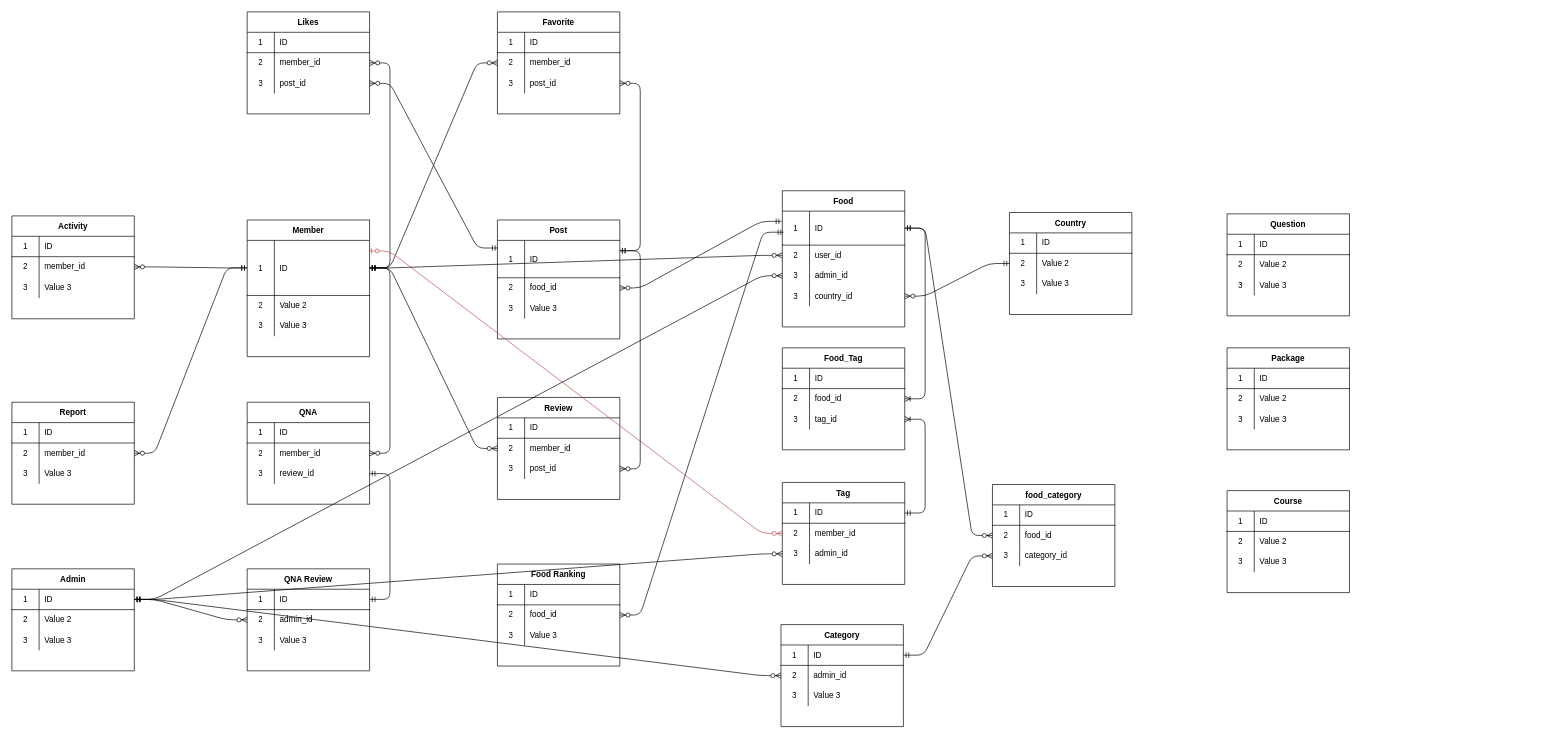
Above: Untitled Diagram.drawio in donghyeon0725/whatShouldIEatToday (draw.io), before the change. Source tidied: cells renumbered, new cells numbered last; positions are measured from the earlier drawing's top-left corner, leaving out a move shared by most shapes. Both pictures are drawn from the tidied source at 68%, with x=0, y=0 at pixel (12, 12).
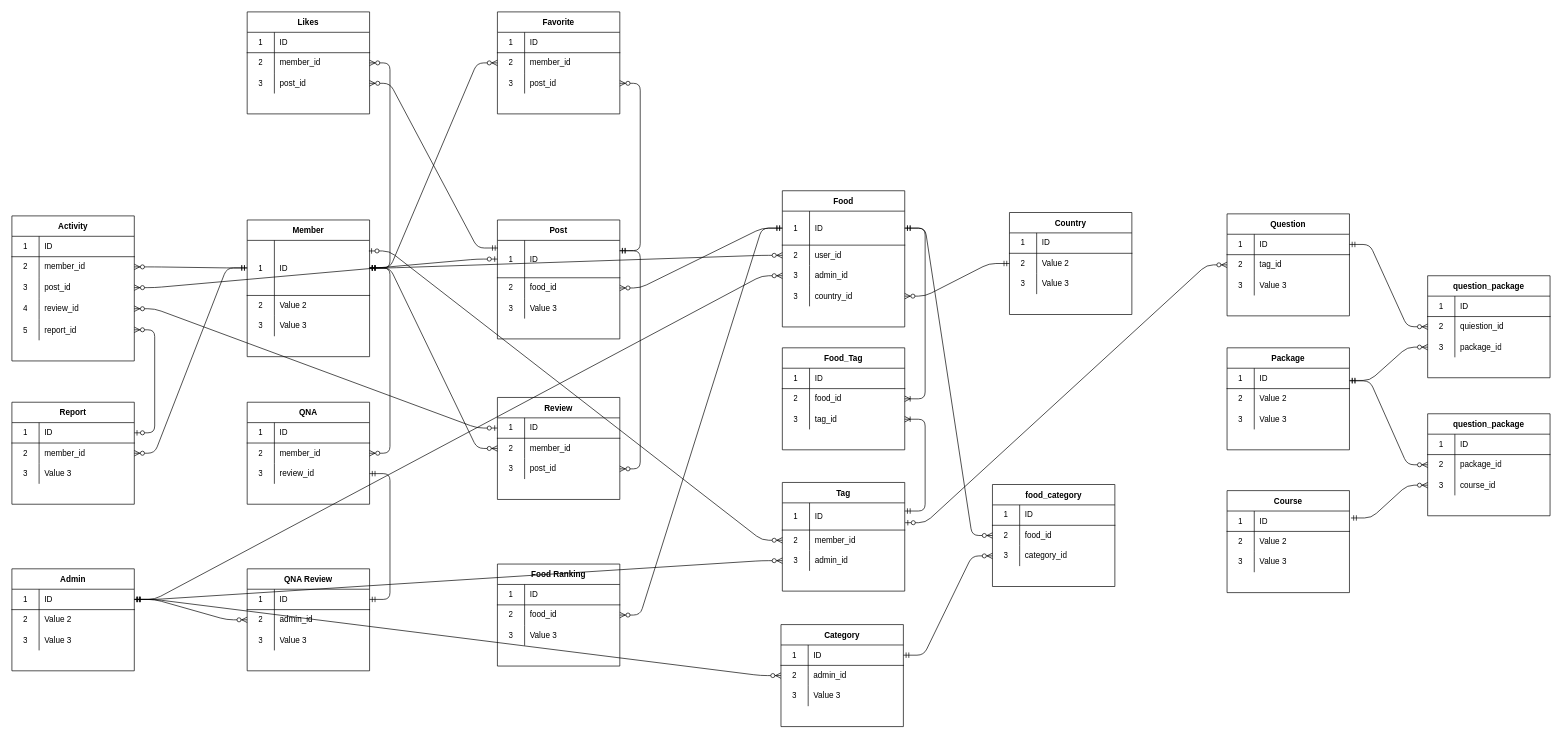
After the change.

The change refers to these unchanged cells:
```xml
<mxCell id="3" style="shape=partialRectangle;html=1;whiteSpace=wrap;fillColor=none;top=0;left=0;bottom=1;right=0;points=[[0,0.5],[1,0.5]];portConstraint=eastwest;" parent="2" vertex="1">
  <mxGeometry y="30" width="180" height="81" as="geometry" />
</mxCell>
<mxCell id="23" style="shape=partialRectangle;html=1;whiteSpace=wrap;fillColor=none;top=0;left=0;bottom=1;right=0;points=[[0,0.5],[1,0.5]];portConstraint=eastwest;" parent="22" vertex="1">
  <mxGeometry y="30" width="180" height="30" as="geometry" />
</mxCell>
<mxCell id="36" style="shape=partialRectangle;html=1;whiteSpace=wrap;fillColor=none;top=0;left=0;bottom=0;right=0;points=[[0,0.5],[1,0.5]];portConstraint=eastwest;" parent="32" vertex="1">
  <mxGeometry y="60" width="180" height="30" as="geometry" />
</mxCell>
<mxCell id="53" style="shape=partialRectangle;html=1;whiteSpace=wrap;fillColor=none;top=0;left=0;bottom=1;right=0;points=[[0,0.5],[1,0.5]];portConstraint=eastwest;" parent="52" vertex="1">
  <mxGeometry y="30" width="180" height="30" as="geometry" />
</mxCell>
<mxCell id="113" style="shape=partialRectangle;html=1;whiteSpace=wrap;fillColor=none;top=0;left=0;bottom=1;right=0;points=[[0,0.5],[1,0.5]];portConstraint=eastwest;" parent="112" vertex="1">
  <mxGeometry y="30" width="180" height="55" as="geometry" />
</mxCell>
<mxCell id="116" style="shape=partialRectangle;html=1;whiteSpace=wrap;fillColor=none;top=0;left=0;bottom=0;right=0;points=[[0,0.5],[1,0.5]];portConstraint=eastwest;" parent="112" vertex="1">
  <mxGeometry y="85" width="180" height="30" as="geometry" />
</mxCell>
<mxCell id="126" style="shape=partialRectangle;html=1;whiteSpace=wrap;fillColor=none;top=0;left=0;bottom=0;right=0;points=[[0,0.5],[1,0.5]];portConstraint=eastwest;" parent="122" vertex="1">
  <mxGeometry y="60" width="180" height="30" as="geometry" />
</mxCell>
<mxCell id="136" style="shape=partialRectangle;html=1;whiteSpace=wrap;fillColor=none;top=0;left=0;bottom=0;right=0;points=[[0,0.5],[1,0.5]];portConstraint=eastwest;" parent="132" vertex="1">
  <mxGeometry y="60" width="180" height="30" as="geometry" />
</mxCell>
<mxCell id="143" style="shape=partialRectangle;html=1;whiteSpace=wrap;fillColor=none;top=0;left=0;bottom=1;right=0;points=[[0,0.5],[1,0.5]];portConstraint=eastwest;" parent="142" vertex="1">
  <mxGeometry y="30" width="180" height="50" as="geometry" />
</mxCell>
<mxCell id="178" style="shape=partialRectangle;html=1;whiteSpace=wrap;fillColor=none;top=0;left=0;bottom=0;right=0;points=[[0,0.5],[1,0.5]];portConstraint=eastwest;" parent="171" vertex="1">
  <mxGeometry y="90" width="180" height="30" as="geometry" />
</mxCell>
<mxCell id="199" style="shape=partialRectangle;html=1;whiteSpace=wrap;fillColor=none;top=0;left=0;bottom=1;right=0;points=[[0,0.5],[1,0.5]];portConstraint=eastwest;" parent="198" vertex="1">
  <mxGeometry y="30" width="180" height="30" as="geometry" />
</mxCell>
<mxCell id="202" style="shape=partialRectangle;html=1;whiteSpace=wrap;fillColor=none;top=0;left=0;bottom=0;right=0;points=[[0,0.5],[1,0.5]];portConstraint=eastwest;" parent="198" vertex="1">
  <mxGeometry y="60" width="180" height="30" as="geometry" />
</mxCell>
<mxCell id="209" style="shape=partialRectangle;html=1;whiteSpace=wrap;fillColor=none;top=0;left=0;bottom=1;right=0;points=[[0,0.5],[1,0.5]];portConstraint=eastwest;" parent="208" vertex="1">
  <mxGeometry y="30" width="180" height="30" as="geometry" />
</mxCell>
<mxCell id="219" style="shape=partialRectangle;html=1;whiteSpace=wrap;fillColor=none;top=0;left=0;bottom=1;right=0;points=[[0,0.5],[1,0.5]];portConstraint=eastwest;" parent="218" vertex="1">
  <mxGeometry y="30" width="180" height="30" as="geometry" />
</mxCell>
```

Change to the diagram source:
```diff
@@
     <mxCell id="82" value="Tag" style="shape=table;startSize=30;childLayout=tableLayout;rowLines=0;fontStyle=1;align=center;" parent="1" vertex="1">
-      <mxGeometry x="1133" y="692" width="180" height="150" as="geometry" />
+      <mxGeometry x="1133" y="692" width="180" height="159.8" as="geometry" />
     </mxCell>
     <mxCell id="83" style="shape=partialRectangle;html=1;whiteSpace=wrap;fillColor=none;top=0;left=0;bottom=1;right=0;points=[[0,0.5],[1,0.5]];portConstraint=eastwest;" parent="82" vertex="1">
-      <mxGeometry y="30" width="180" height="30" as="geometry" />
+      <mxGeometry y="30" width="180" height="40" as="geometry" />
     </mxCell>
     <mxCell id="84" value="1" style="shape=partialRectangle;html=1;whiteSpace=wrap;fillColor=none;top=0;left=0;bottom=0;right=0;overflow=hidden;" parent="83" vertex="1">
-      <mxGeometry width="40" height="30" as="geometry" />
+      <mxGeometry width="40" height="40" as="geometry" />
     </mxCell>
     <mxCell id="85" value="ID" style="shape=partialRectangle;html=1;whiteSpace=wrap;fillColor=none;top=0;left=0;bottom=0;right=0;align=left;spacingLeft=6;overflow=hidden;" parent="83" vertex="1">
-      <mxGeometry x="40" width="140" height="30" as="geometry" />
+      <mxGeometry x="40" width="140" height="40" as="geometry" />
     </mxCell>
     <mxCell id="86" style="shape=partialRectangle;html=1;whiteSpace=wrap;fillColor=none;top=0;left=0;bottom=0;right=0;points=[[0,0.5],[1,0.5]];portConstraint=eastwest;" parent="82" vertex="1">
-      <mxGeometry y="60" width="180" height="30" as="geometry" />
+      <mxGeometry y="70" width="180" height="30" as="geometry" />
     </mxCell>
@@
     <mxCell id="89" style="shape=partialRectangle;html=1;whiteSpace=wrap;fillColor=none;top=0;left=0;bottom=0;right=0;points=[[0,0.5],[1,0.5]];portConstraint=eastwest;" parent="82" vertex="1">
-      <mxGeometry y="90" width="180" height="30" as="geometry" />
+      <mxGeometry y="100" width="180" height="30" as="geometry" />
     </mxCell>
@@
     <mxCell id="132" value="Activity" style="shape=table;startSize=30;childLayout=tableLayout;rowLines=0;fontStyle=1;align=center;" parent="1" vertex="1">
-      <mxGeometry y="300" width="180" height="151.3" as="geometry" />
+      <mxGeometry y="300" width="180" height="213.3" as="geometry" />
     </mxCell>
@@
+    <mxCell id="228" style="shape=partialRectangle;html=1;whiteSpace=wrap;fillColor=none;top=0;left=0;bottom=0;right=0;points=[[0,0.5],[1,0.5]];portConstraint=eastwest;" parent="132" vertex="1">
+      <mxGeometry y="90" width="180" height="31" as="geometry" />
+    </mxCell>
+    <mxCell id="229" value="3" style="shape=partialRectangle;html=1;whiteSpace=wrap;fillColor=none;top=0;left=0;bottom=0;right=0;overflow=hidden;" parent="228" vertex="1">
+      <mxGeometry width="40" height="31" as="geometry" />
+    </mxCell>
+    <mxCell id="230" value="post_id" style="shape=partialRectangle;html=1;whiteSpace=wrap;fillColor=none;top=0;left=0;bottom=0;right=0;align=left;spacingLeft=6;overflow=hidden;" parent="228" vertex="1">
+      <mxGeometry x="40" width="140" height="31" as="geometry" />
+    </mxCell>
     <mxCell id="139" style="shape=partialRectangle;html=1;whiteSpace=wrap;fillColor=none;top=0;left=0;bottom=0;right=0;points=[[0,0.5],[1,0.5]];portConstraint=eastwest;" parent="132" vertex="1">
-      <mxGeometry y="90" width="180" height="31" as="geometry" />
+      <mxGeometry y="121" width="180" height="31" as="geometry" />
     </mxCell>
-    <mxCell id="140" value="3" style="shape=partialRectangle;html=1;whiteSpace=wrap;fillColor=none;top=0;left=0;bottom=0;right=0;overflow=hidden;" parent="139" vertex="1">
+    <mxCell id="140" value="4" style="shape=partialRectangle;html=1;whiteSpace=wrap;fillColor=none;top=0;left=0;bottom=0;right=0;overflow=hidden;" parent="139" vertex="1">
       <mxGeometry width="40" height="31" as="geometry" />
     </mxCell>
-    <mxCell id="141" value="Value 3" style="shape=partialRectangle;html=1;whiteSpace=wrap;fillColor=none;top=0;left=0;bottom=0;right=0;align=left;spacingLeft=6;overflow=hidden;" parent="139" vertex="1">
+    <mxCell id="141" value="review_id" style="shape=partialRectangle;html=1;whiteSpace=wrap;fillColor=none;top=0;left=0;bottom=0;right=0;align=left;spacingLeft=6;overflow=hidden;" parent="139" vertex="1">
       <mxGeometry x="40" width="140" height="31" as="geometry" />
     </mxCell>
+    <mxCell id="231" style="shape=partialRectangle;html=1;whiteSpace=wrap;fillColor=none;top=0;left=0;bottom=0;right=0;points=[[0,0.5],[1,0.5]];portConstraint=eastwest;" parent="132" vertex="1">
+      <mxGeometry y="152" width="180" height="31" as="geometry" />
+    </mxCell>
+    <mxCell id="232" value="5" style="shape=partialRectangle;html=1;whiteSpace=wrap;fillColor=none;top=0;left=0;bottom=0;right=0;overflow=hidden;" parent="231" vertex="1">
+      <mxGeometry width="40" height="31" as="geometry" />
+    </mxCell>
+    <mxCell id="233" value="report_id" style="shape=partialRectangle;html=1;whiteSpace=wrap;fillColor=none;top=0;left=0;bottom=0;right=0;align=left;spacingLeft=6;overflow=hidden;" parent="231" vertex="1">
+      <mxGeometry x="40" width="140" height="31" as="geometry" />
+    </mxCell>
@@
-    <mxCell id="156" style="edgeStyle=entityRelationEdgeStyle;fontSize=12;html=1;endArrow=ERzeroToMany;startArrow=ERmandOne;exitX=0;exitY=0.5;exitDx=0;exitDy=0;" parent="1" edge="1" source="3" target="136">
+    <mxCell id="156" style="edgeStyle=entityRelationEdgeStyle;fontSize=12;html=1;endArrow=ERzeroToMany;startArrow=ERmandOne;" parent="1" edge="1" source="3" target="136">
       <mxGeometry relative="1" as="geometry" />
     </mxCell>
-    <mxCell id="157" style="edgeStyle=entityRelationEdgeStyle;fontSize=12;html=1;endArrow=ERzeroToMany;startArrow=ERmandOne;entryX=1;entryY=0.5;entryDx=0;entryDy=0;" parent="1" edge="1" source="3" target="36">
+    <mxCell id="157" style="edgeStyle=entityRelationEdgeStyle;fontSize=12;html=1;endArrow=ERzeroToMany;startArrow=ERmandOne;" parent="1" edge="1" source="3" target="36">
       <mxGeometry relative="1" as="geometry" />
     </mxCell>
@@
-    <mxCell id="161" style="edgeStyle=entityRelationEdgeStyle;fontSize=12;html=1;endArrow=ERzeroToMany;startArrow=ERzeroToOne;exitX=0.994;exitY=0.192;exitDx=0;exitDy=0;exitPerimeter=0;fillColor=#f8cecc;strokeColor=#b85450;" parent="1" edge="1" source="3" target="86">
+    <mxCell id="161" style="edgeStyle=entityRelationEdgeStyle;fontSize=12;html=1;endArrow=ERzeroToMany;startArrow=ERzeroToOne;exitX=0.994;exitY=0.192;exitDx=0;exitDy=0;exitPerimeter=0;fillColor=#f8cecc;" parent="1" edge="1" source="3" target="86">
       <mxGeometry relative="1" as="geometry" />
     </mxCell>
@@
-    <mxCell id="169" style="edgeStyle=entityRelationEdgeStyle;fontSize=12;html=1;endArrow=ERzeroToMany;startArrow=ERmandOne;entryX=1;entryY=0.5;entryDx=0;entryDy=0;exitX=-0.006;exitY=0.3;exitDx=0;exitDy=0;fillColor=#d80073;exitPerimeter=0;" parent="1" edge="1" source="143" target="116">
+    <mxCell id="169" style="edgeStyle=entityRelationEdgeStyle;fontSize=12;html=1;endArrow=ERzeroToMany;startArrow=ERmandOne;fillColor=#d80073;" parent="1" edge="1" source="143" target="116">
       <mxGeometry relative="1" as="geometry" />
     </mxCell>
@@
-    <mxCell id="182" style="edgeStyle=entityRelationEdgeStyle;fontSize=12;html=1;endArrow=ERoneToMany;startArrow=ERmandOne;exitX=1;exitY=0.5;exitDx=0;exitDy=0;entryX=1;entryY=0.5;entryDx=0;entryDy=0;" parent="1" edge="1" source="83" target="178">
-      <mxGeometry relative="1" as="geometry" />
+    <mxCell id="182" style="edgeStyle=entityRelationEdgeStyle;fontSize=12;html=1;endArrow=ERoneToMany;startArrow=ERmandOne;entryX=1;entryY=0.5;entryDx=0;entryDy=0;" parent="1" edge="1" target="178">
+      <mxGeometry relative="1" as="geometry">
+        <mxPoint x="1313" y="734" as="sourcePoint" />
+      </mxGeometry>
     </mxCell>
@@
-    <mxCell id="196" style="edgeStyle=entityRelationEdgeStyle;fontSize=12;html=1;endArrow=ERzeroToMany;startArrow=ERmandOne;exitX=0.01;exitY=0.62;exitDx=0;exitDy=0;exitPerimeter=0;entryX=1;entryY=0.5;entryDx=0;entryDy=0;" parent="1" edge="1" source="143" target="126">
+    <mxCell id="196" style="edgeStyle=entityRelationEdgeStyle;fontSize=12;html=1;endArrow=ERzeroToMany;startArrow=ERmandOne;entryX=1;entryY=0.5;entryDx=0;entryDy=0;" parent="1" edge="1" source="143" target="126">
       <mxGeometry relative="1" as="geometry" />
     </mxCell>
@@
-    <mxCell id="204" value="Value 2" style="shape=partialRectangle;html=1;whiteSpace=wrap;fillColor=none;top=0;left=0;bottom=0;right=0;align=left;spacingLeft=6;overflow=hidden;" parent="202" vertex="1">
+    <mxCell id="204" value="tag_id" style="shape=partialRectangle;html=1;whiteSpace=wrap;fillColor=none;top=0;left=0;bottom=0;right=0;align=left;spacingLeft=6;overflow=hidden;" parent="202" vertex="1">
       <mxGeometry x="40" width="140" height="30" as="geometry" />
     </mxCell>
@@
+    <mxCell id="234" style="edgeStyle=entityRelationEdgeStyle;fontSize=12;html=1;endArrow=ERzeroToMany;startArrow=ERzeroToOne;strokeColor=#000000;exitX=1.003;exitY=0.729;exitDx=0;exitDy=0;exitPerimeter=0;" parent="1" edge="1" source="83" target="202">
+      <mxGeometry relative="1" as="geometry" />
+    </mxCell>
+    <mxCell id="235" value="question_package" style="shape=table;startSize=30;childLayout=tableLayout;rowLines=0;fontStyle=1;align=center;" parent="1" vertex="1">
+      <mxGeometry x="2082" y="388" width="180" height="150" as="geometry" />
+    </mxCell>
+    <mxCell id="236" style="shape=partialRectangle;html=1;whiteSpace=wrap;fillColor=none;top=0;left=0;bottom=1;right=0;" parent="235" vertex="1">
+      <mxGeometry y="30" width="180" height="30" as="geometry" />
+    </mxCell>
+    <mxCell id="237" value="1" style="shape=partialRectangle;html=1;whiteSpace=wrap;fillColor=none;top=0;left=0;bottom=0;right=0;overflow=hidden;" parent="236" vertex="1">
+      <mxGeometry width="40" height="30" as="geometry" />
+    </mxCell>
+    <mxCell id="238" value="ID" style="shape=partialRectangle;html=1;whiteSpace=wrap;fillColor=none;top=0;left=0;bottom=0;right=0;align=left;spacingLeft=6;overflow=hidden;" parent="236" vertex="1">
+      <mxGeometry x="40" width="140" height="30" as="geometry" />
+    </mxCell>
+    <mxCell id="239" style="shape=partialRectangle;html=1;whiteSpace=wrap;fillColor=none;top=0;left=0;bottom=0;right=0;points=[[0,0.5],[1,0.5]];portConstraint=eastwest;" parent="235" vertex="1">
+      <mxGeometry y="60" width="180" height="30" as="geometry" />
+    </mxCell>
+    <mxCell id="240" value="2" style="shape=partialRectangle;html=1;whiteSpace=wrap;fillColor=none;top=0;left=0;bottom=0;right=0;overflow=hidden;" parent="239" vertex="1">
+      <mxGeometry width="40" height="30" as="geometry" />
+    </mxCell>
+    <mxCell id="241" value="quiestion_id" style="shape=partialRectangle;html=1;whiteSpace=wrap;fillColor=none;top=0;left=0;bottom=0;right=0;align=left;spacingLeft=6;overflow=hidden;" parent="239" vertex="1">
+      <mxGeometry x="40" width="140" height="30" as="geometry" />
+    </mxCell>
+    <mxCell id="242" style="shape=partialRectangle;html=1;whiteSpace=wrap;fillColor=none;top=0;left=0;bottom=0;right=0;points=[[0,0.5],[1,0.5]];portConstraint=eastwest;" parent="235" vertex="1">
+      <mxGeometry y="90" width="180" height="30" as="geometry" />
+    </mxCell>
+    <mxCell id="243" value="3" style="shape=partialRectangle;html=1;whiteSpace=wrap;fillColor=none;top=0;left=0;bottom=0;right=0;overflow=hidden;" parent="242" vertex="1">
+      <mxGeometry width="40" height="30" as="geometry" />
+    </mxCell>
+    <mxCell id="244" value="package_id" style="shape=partialRectangle;html=1;whiteSpace=wrap;fillColor=none;top=0;left=0;bottom=0;right=0;align=left;spacingLeft=6;overflow=hidden;" parent="242" vertex="1">
+      <mxGeometry x="40" width="140" height="30" as="geometry" />
+    </mxCell>
+    <mxCell id="245" style="edgeStyle=entityRelationEdgeStyle;fontSize=12;html=1;endArrow=ERzeroToMany;startArrow=ERmandOne;strokeColor=#000000;entryX=0;entryY=0.5;entryDx=0;entryDy=0;" parent="1" edge="1" source="199" target="239">
+      <mxGeometry relative="1" as="geometry" />
+    </mxCell>
+    <mxCell id="246" style="edgeStyle=entityRelationEdgeStyle;fontSize=12;html=1;endArrow=ERzeroToMany;startArrow=ERmandOne;strokeColor=#000000;entryX=0;entryY=0.5;entryDx=0;entryDy=0;" parent="1" edge="1" target="242">
+      <mxGeometry relative="1" as="geometry">
+        <mxPoint x="1967" y="542" as="sourcePoint" />
+      </mxGeometry>
+    </mxCell>
+    <mxCell id="247" style="edgeStyle=entityRelationEdgeStyle;fontSize=12;html=1;endArrow=ERzeroToMany;startArrow=ERmandOne;strokeColor=#000000;entryX=0;entryY=0.5;entryDx=0;entryDy=0;exitX=1.012;exitY=0.34;exitDx=0;exitDy=0;exitPerimeter=0;" parent="1" edge="1" source="219" target="255">
+      <mxGeometry relative="1" as="geometry" />
+    </mxCell>
+    <mxCell id="248" value="question_package" style="shape=table;startSize=30;childLayout=tableLayout;rowLines=0;fontStyle=1;align=center;" parent="1" vertex="1">
+      <mxGeometry x="2082" y="591" width="180" height="150" as="geometry" />
+    </mxCell>
+    <mxCell id="249" style="shape=partialRectangle;html=1;whiteSpace=wrap;fillColor=none;top=0;left=0;bottom=1;right=0;" parent="248" vertex="1">
+      <mxGeometry y="30" width="180" height="30" as="geometry" />
+    </mxCell>
+    <mxCell id="250" value="1" style="shape=partialRectangle;html=1;whiteSpace=wrap;fillColor=none;top=0;left=0;bottom=0;right=0;overflow=hidden;" parent="249" vertex="1">
+      <mxGeometry width="40" height="30" as="geometry" />
+    </mxCell>
+    <mxCell id="251" value="ID" style="shape=partialRectangle;html=1;whiteSpace=wrap;fillColor=none;top=0;left=0;bottom=0;right=0;align=left;spacingLeft=6;overflow=hidden;" parent="249" vertex="1">
+      <mxGeometry x="40" width="140" height="30" as="geometry" />
+    </mxCell>
+    <mxCell id="252" style="shape=partialRectangle;html=1;whiteSpace=wrap;fillColor=none;top=0;left=0;bottom=0;right=0;points=[[0,0.5],[1,0.5]];portConstraint=eastwest;" parent="248" vertex="1">
+      <mxGeometry y="60" width="180" height="30" as="geometry" />
+    </mxCell>
+    <mxCell id="253" value="2" style="shape=partialRectangle;html=1;whiteSpace=wrap;fillColor=none;top=0;left=0;bottom=0;right=0;overflow=hidden;" parent="252" vertex="1">
+      <mxGeometry width="40" height="30" as="geometry" />
+    </mxCell>
+    <mxCell id="254" value="package_id" style="shape=partialRectangle;html=1;whiteSpace=wrap;fillColor=none;top=0;left=0;bottom=0;right=0;align=left;spacingLeft=6;overflow=hidden;" parent="252" vertex="1">
+      <mxGeometry x="40" width="140" height="30" as="geometry" />
+    </mxCell>
+    <mxCell id="255" style="shape=partialRectangle;html=1;whiteSpace=wrap;fillColor=none;top=0;left=0;bottom=0;right=0;points=[[0,0.5],[1,0.5]];portConstraint=eastwest;" parent="248" vertex="1">
+      <mxGeometry y="90" width="180" height="30" as="geometry" />
+    </mxCell>
+    <mxCell id="256" value="3" style="shape=partialRectangle;html=1;whiteSpace=wrap;fillColor=none;top=0;left=0;bottom=0;right=0;overflow=hidden;" parent="255" vertex="1">
+      <mxGeometry width="40" height="30" as="geometry" />
+    </mxCell>
+    <mxCell id="257" value="course_id" style="shape=partialRectangle;html=1;whiteSpace=wrap;fillColor=none;top=0;left=0;bottom=0;right=0;align=left;spacingLeft=6;overflow=hidden;" parent="255" vertex="1">
+      <mxGeometry x="40" width="140" height="30" as="geometry" />
+    </mxCell>
+    <mxCell id="258" style="edgeStyle=entityRelationEdgeStyle;fontSize=12;html=1;endArrow=ERzeroToMany;startArrow=ERmandOne;strokeColor=#000000;exitX=1.001;exitY=0.62;exitDx=0;exitDy=0;exitPerimeter=0;" parent="1" edge="1" source="209" target="252">
+      <mxGeometry relative="1" as="geometry" />
+    </mxCell>
+    <mxCell id="259" style="edgeStyle=entityRelationEdgeStyle;fontSize=12;html=1;endArrow=ERzeroToMany;startArrow=ERzeroToOne;strokeColor=#000000;" parent="1" edge="1" source="23" target="139">
+      <mxGeometry relative="1" as="geometry" />
+    </mxCell>
+    <mxCell id="260" style="edgeStyle=entityRelationEdgeStyle;fontSize=12;html=1;endArrow=ERzeroToMany;startArrow=ERzeroToOne;strokeColor=#000000;" parent="1" edge="1" source="113" target="228">
+      <mxGeometry relative="1" as="geometry" />
+    </mxCell>
+    <mxCell id="261" style="edgeStyle=entityRelationEdgeStyle;fontSize=12;html=1;endArrow=ERzeroToMany;startArrow=ERzeroToOne;strokeColor=#000000;" parent="1" edge="1" source="53" target="231">
+      <mxGeometry relative="1" as="geometry" />
+    </mxCell>
```
